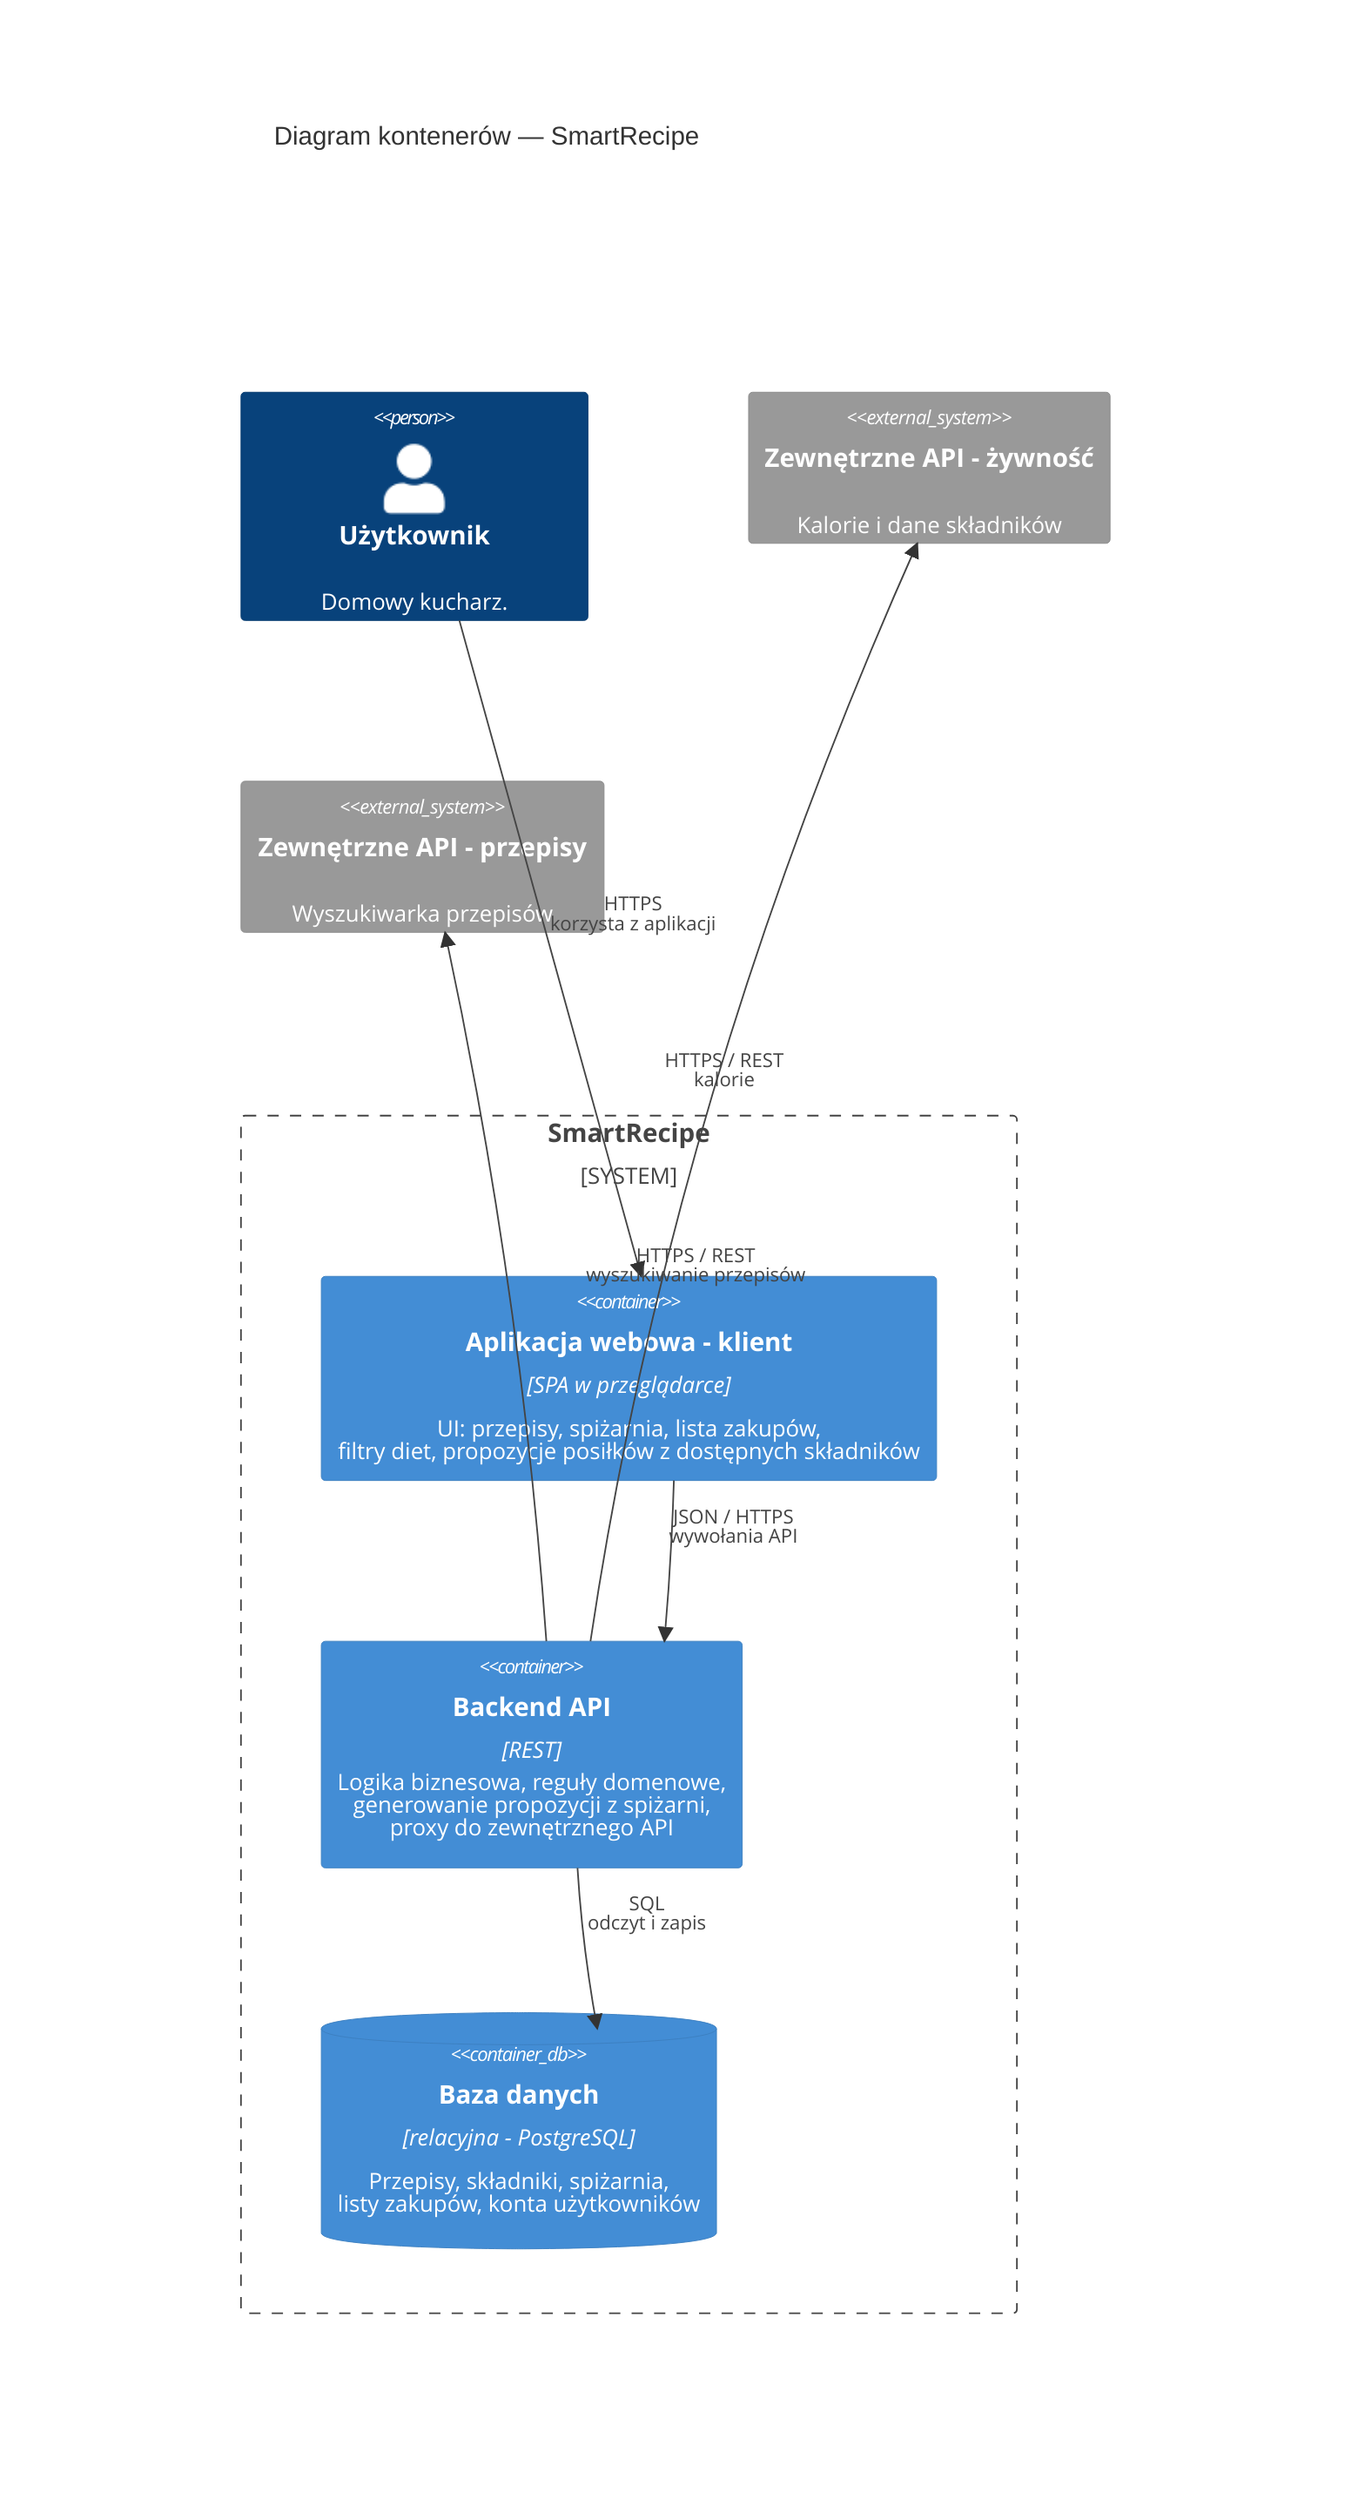
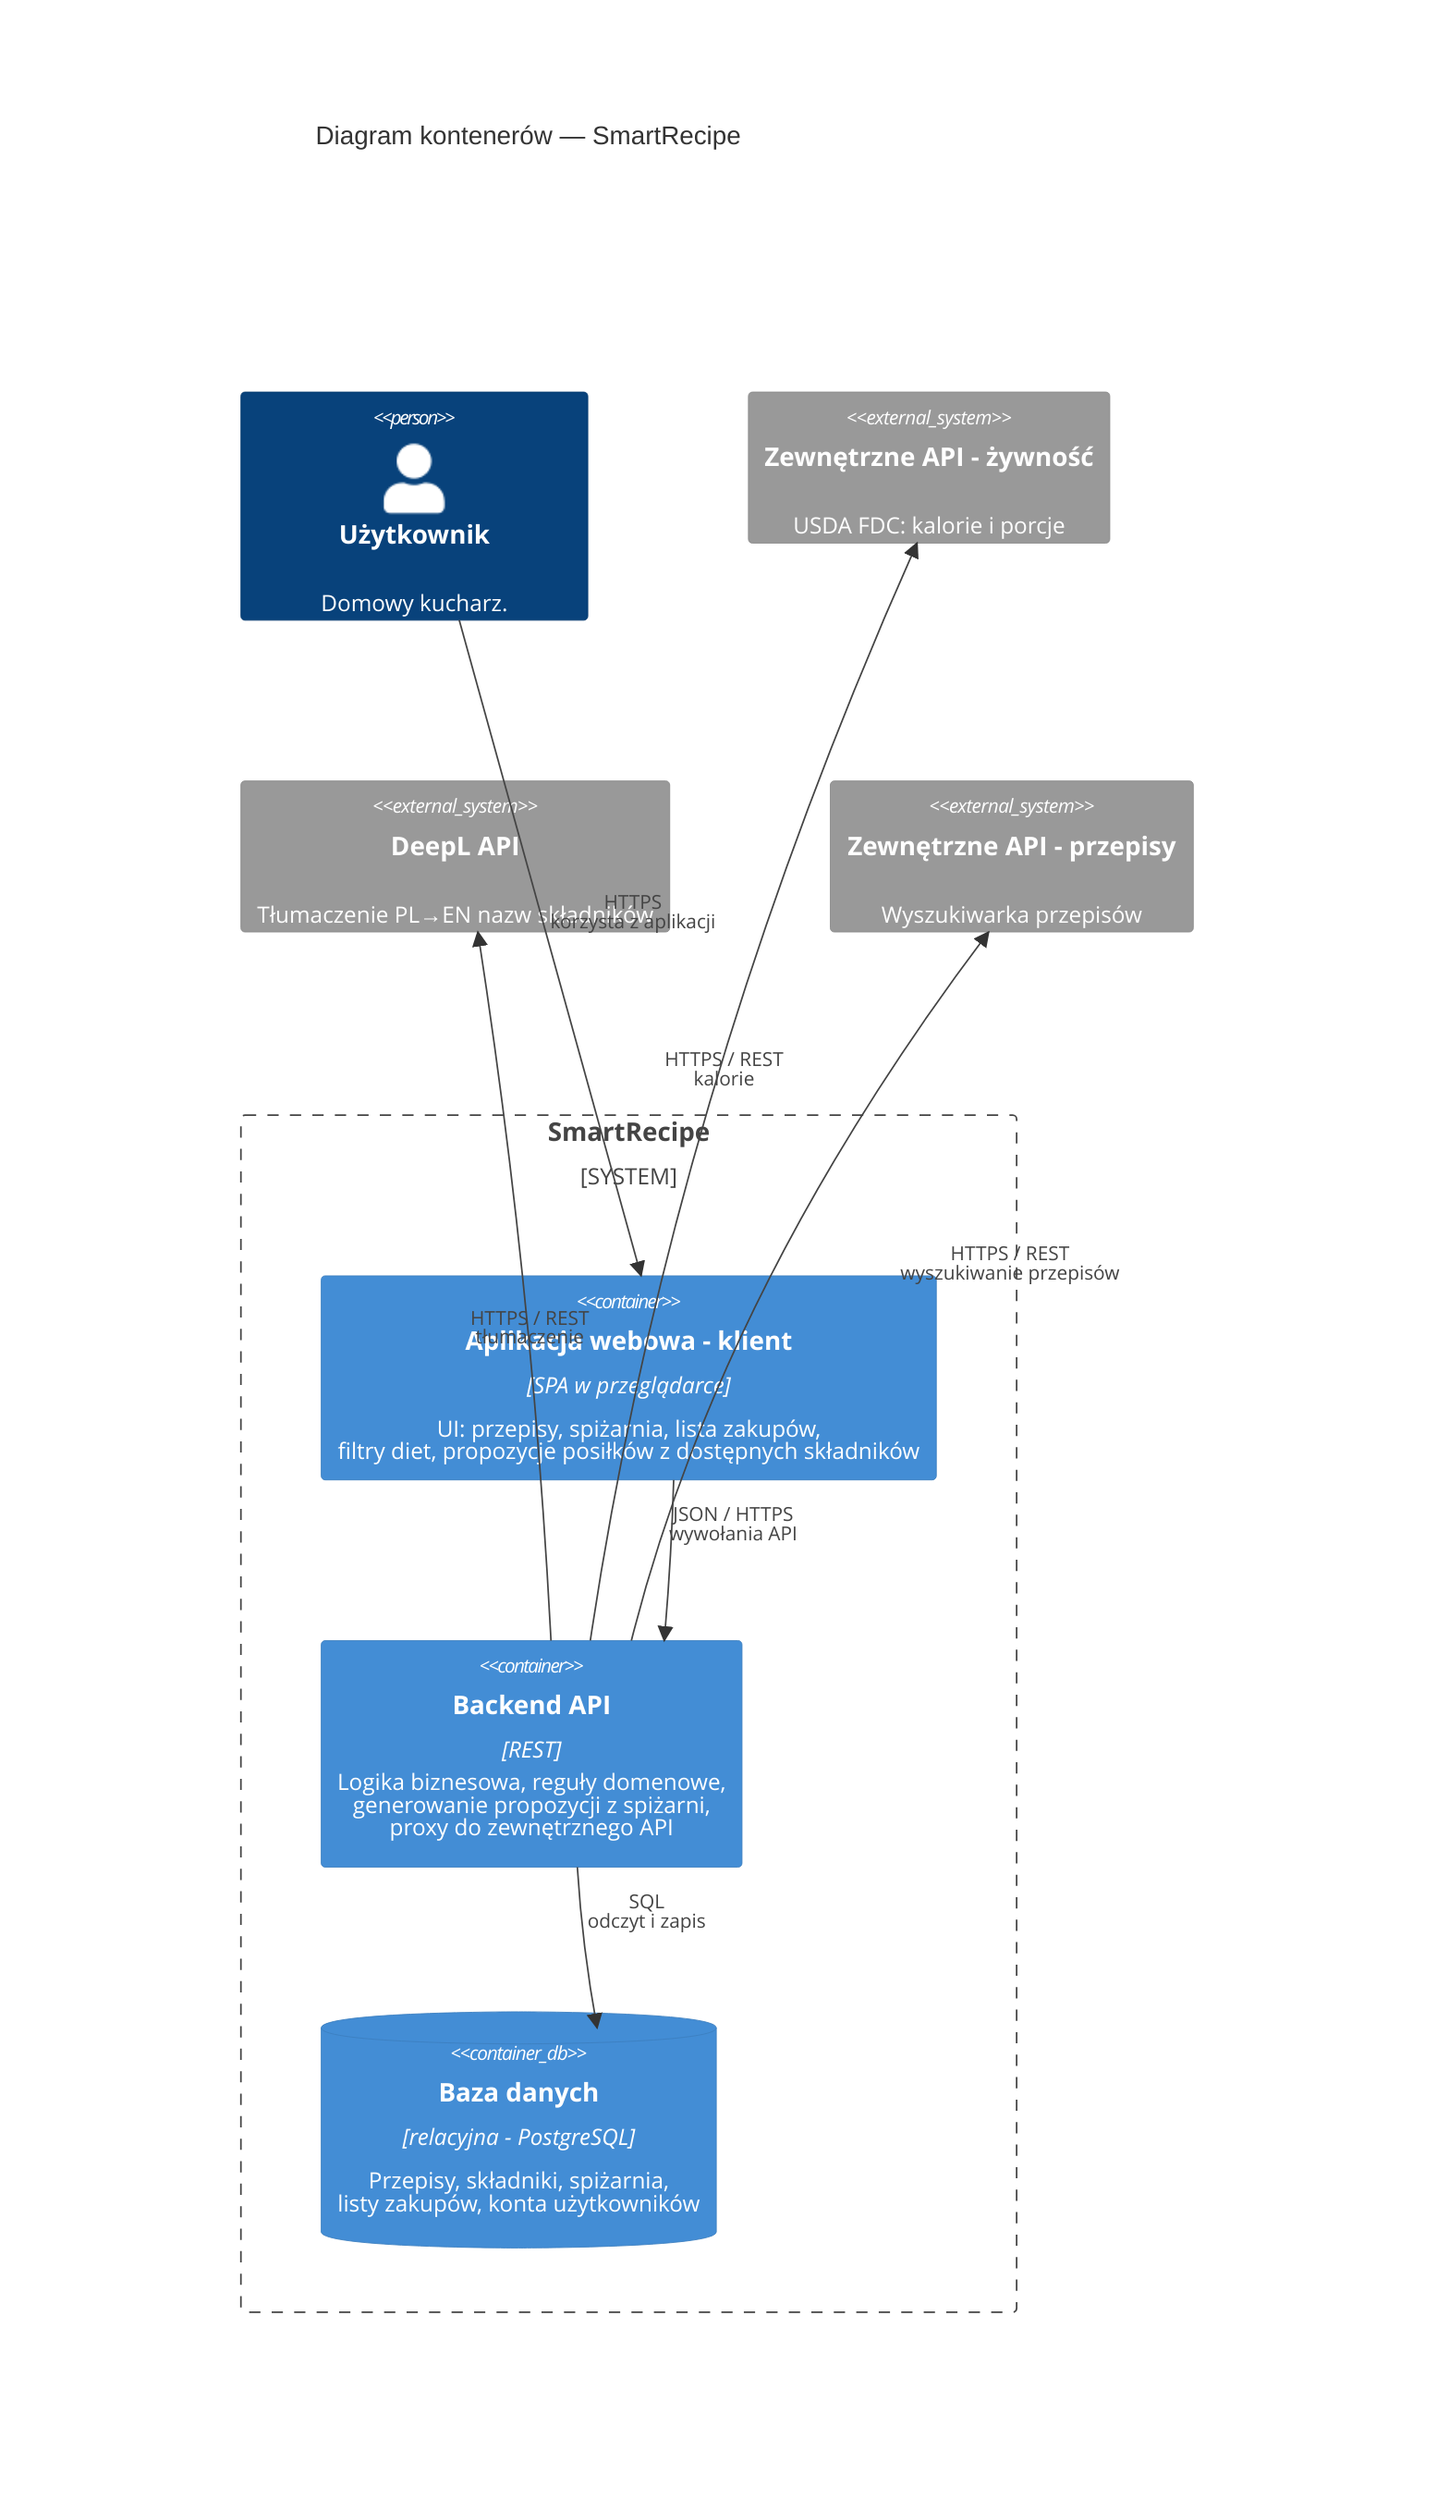
C4Container
    title Diagram kontenerów — SmartRecipe

    Person(homecook, "Użytkownik", "Domowy kucharz.")

    System_Boundary(sr, "SmartRecipe") {
        Container(web, "Aplikacja webowa - klient", "SPA w przeglądarce", "UI: przepisy, spiżarnia, lista zakupów,<br/>filtry diet, propozycje posiłków z dostępnych składników")
        Container(api, "Backend API", "REST", "Logika biznesowa, reguły domenowe,<br/>generowanie propozycji z spiżarni,<br/>proxy do zewnętrznego API")
        ContainerDb(db, "Baza danych", "relacyjna - PostgreSQL", "Przepisy, składniki, spiżarnia,<br/>listy zakupów, konta użytkowników")
    }

-     System_Ext(nutrition_api, "Zewnętrzne API - żywność", "Kalorie i dane składników")
+     System_Ext(nutrition_api, "Zewnętrzne API - żywność", "USDA FDC: kalorie i porcje")
+     System_Ext(deepl_api, "DeepL API", "Tłumaczenie PL→EN nazw składników")
    System_Ext(recipe_api, "Zewnętrzne API - przepisy", "Wyszukiwarka przepisów")


    Rel(homecook, web, "HTTPS<br/>korzysta z aplikacji")
    Rel(web, api, "JSON / HTTPS<br/>wywołania API")
    Rel(api, db, "SQL<br/>odczyt i zapis")
+     Rel(api, deepl_api, "HTTPS / REST<br/>tłumaczenie")
    Rel(api, nutrition_api, "HTTPS / REST<br/>kalorie")
    Rel(api, recipe_api, "HTTPS / REST<br/>wyszukiwanie przepisów")


    UpdateRelStyle(homecook, web, $offsetY="-24")
    UpdateRelStyle(web, api, $offsetY="-24")
    UpdateRelStyle(api, db, $offsetY="-24")
+     UpdateRelStyle(api, deepl_api, $offsetX="-28", $offsetY="24")
    UpdateRelStyle(api, nutrition_api, $offsetX="-56", $offsetY="-16")
    UpdateRelStyle(api, recipe_api, $offsetX="56", $offsetY="-16")